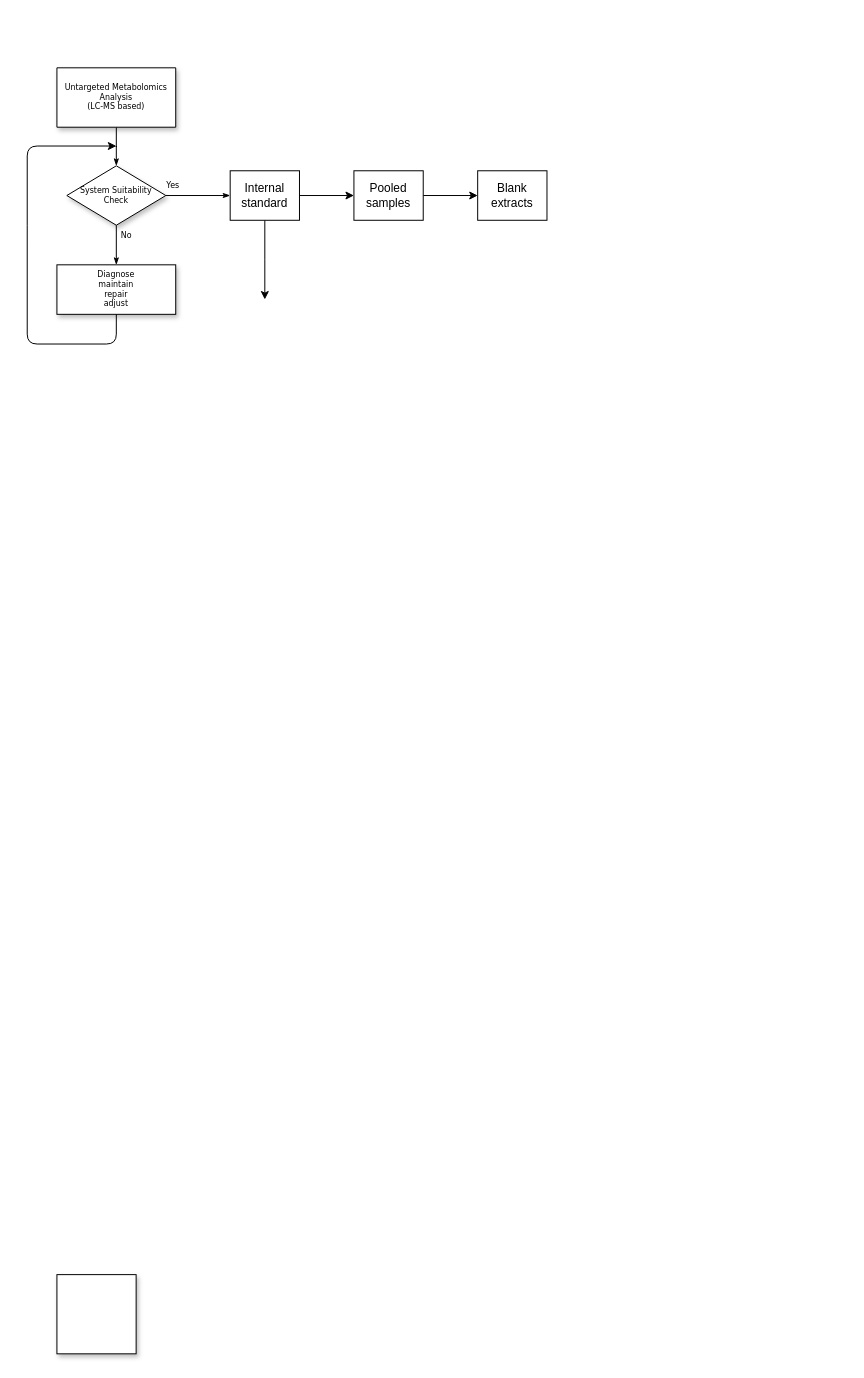
Earlier version of the draw.io diagram figure/jc_dataqc.drawio (tuhulab/bfi-wholegrain). Source tidied: cells renumbered, new cells numbered last; positions are measured from the earlier drawing's top-left corner, leaving out a move shared by most shapes. Both pictures are drawn from the tidied source at 99%, with x=0, y=0 at pixel (27, 67).
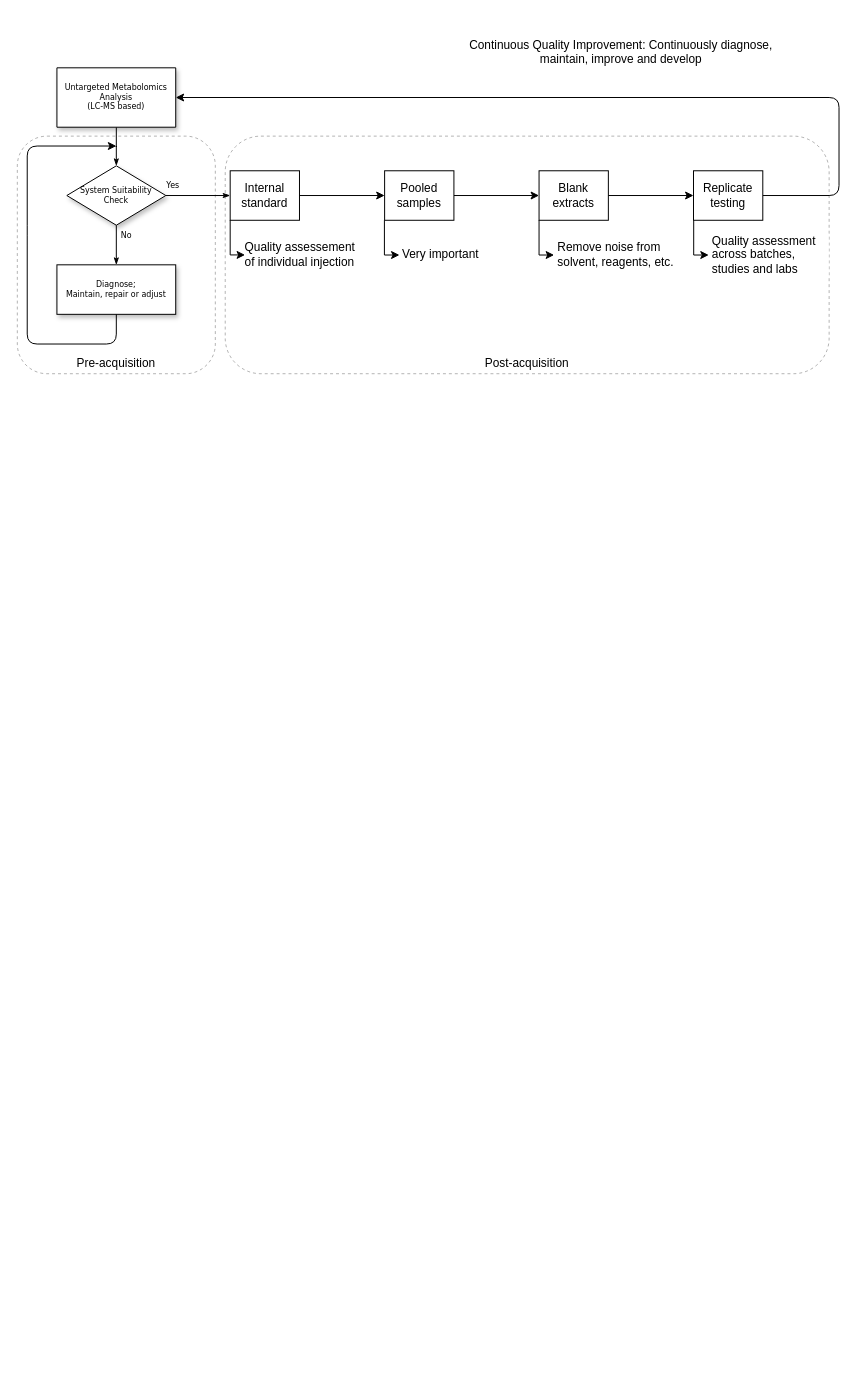
The same diagram, later.

Unchanged cells that the change refers to:
```xml
<mxCell id="3" value="Untargeted Metabolomics Analysis&lt;br&gt;(LC-MS based)&lt;br&gt;" style="shape=trapezoid;whiteSpace=wrap;html=1;rounded=0;shadow=1;labelBackgroundColor=none;strokeColor=#000000;strokeWidth=1;fillColor=#ffffff;fontFamily=Verdana;fontSize=8;fontColor=#000000;align=center;flipV=1;comic=0;size=0;" parent="1" vertex="1">
  <mxGeometry x="30" width="120" height="60" as="geometry" />
</mxCell>
<mxCell id="12" value="Internal standard&lt;br&gt;" style="rounded=0;whiteSpace=wrap;html=1;" parent="1" vertex="1">
  <mxGeometry x="205" y="104" width="70" height="50" as="geometry" />
</mxCell>
```

Diff of the diagram source:
```diff
@@
+    <mxCell id="16" style="rounded=1;whiteSpace=wrap;html=1;labelBackgroundColor=#ffffff;align=left;fillColor=none;dashed=1;opacity=30;" parent="1" vertex="1">
+      <mxGeometry x="200" y="69" width="610" height="240" as="geometry" />
+    </mxCell>
@@
-    <mxCell id="7" value="Diagnose&lt;br&gt;maintain&lt;br&gt;repair&lt;br&gt;adjust" style="whiteSpace=wrap;html=1;rounded=0;shadow=1;labelBackgroundColor=none;strokeColor=#000000;strokeWidth=1;fillColor=#ffffff;fontFamily=Verdana;fontSize=8;fontColor=#000000;align=center;" parent="1" vertex="1">
+    <mxCell id="7" value="Diagnose;&lt;br&gt;Maintain,&amp;nbsp;repair or&amp;nbsp;adjust" style="whiteSpace=wrap;html=1;rounded=0;shadow=1;labelBackgroundColor=none;strokeColor=#000000;strokeWidth=1;fillColor=#ffffff;fontFamily=Verdana;fontSize=8;fontColor=#000000;align=center;" parent="1" vertex="1">
       <mxGeometry x="30" y="199" width="120" height="50" as="geometry" />
     </mxCell>
-    <mxCell id="8" style="whiteSpace=wrap;html=1;rounded=0;shadow=1;comic=0;" parent="1" vertex="1">
-      <mxGeometry x="30" y="1219" width="80" height="80" as="geometry" />
-    </mxCell>
@@
-    <mxCell id="11" style="edgeStyle=orthogonalEdgeStyle;rounded=0;jettySize=auto;html=1;" parent="1" edge="1" source="12">
-      <mxGeometry relative="1" as="geometry">
-        <mxPoint x="240" y="234" as="targetPoint" />
-      </mxGeometry>
-    </mxCell>
@@
     <mxCell id="14" value="Pooled samples&lt;br&gt;" style="rounded=0;whiteSpace=wrap;html=1;" parent="1" vertex="1">
-      <mxGeometry x="330" y="104" width="70" height="50" as="geometry" />
+      <mxGeometry x="361" y="104" width="70" height="50" as="geometry" />
     </mxCell>
     <mxCell id="15" value="Blank extracts&lt;br&gt;" style="rounded=0;whiteSpace=wrap;html=1;" parent="1" vertex="1">
-      <mxGeometry x="455" y="104" width="70" height="50" as="geometry" />
+      <mxGeometry x="517" y="104" width="70" height="50" as="geometry" />
     </mxCell>
+    <mxCell id="17" value="&lt;span&gt;Quality assessement of individual injection&lt;/span&gt;" style="text;html=1;strokeColor=none;fillColor=none;align=left;verticalAlign=middle;whiteSpace=wrap;rounded=0;labelBackgroundColor=#ffffff;" parent="1" vertex="1">
+      <mxGeometry x="218" y="179" width="120" height="20" as="geometry" />
+    </mxCell>
+    <mxCell id="18" style="edgeStyle=orthogonalEdgeStyle;rounded=0;orthogonalLoop=1;jettySize=auto;html=1;" parent="1" edge="1">
+      <mxGeometry relative="1" as="geometry">
+        <mxPoint x="205" y="153.9" as="sourcePoint" />
+        <mxPoint x="220" y="189" as="targetPoint" />
+        <Array as="points">
+          <mxPoint x="205" y="189" />
+        </Array>
+      </mxGeometry>
+    </mxCell>
+    <mxCell id="19" style="edgeStyle=orthogonalEdgeStyle;rounded=0;orthogonalLoop=1;jettySize=auto;html=1;" parent="1" edge="1">
+      <mxGeometry relative="1" as="geometry">
+        <mxPoint x="360.8" y="153.9" as="sourcePoint" />
+        <mxPoint x="376" y="189.1" as="targetPoint" />
+        <Array as="points">
+          <mxPoint x="361" y="189" />
+        </Array>
+      </mxGeometry>
+    </mxCell>
+    <mxCell id="20" value="Very important&lt;br&gt;" style="text;html=1;strokeColor=none;fillColor=none;align=left;verticalAlign=middle;whiteSpace=wrap;rounded=0;labelBackgroundColor=#ffffff;" parent="1" vertex="1">
+      <mxGeometry x="377" y="179" width="120" height="20" as="geometry" />
+    </mxCell>
+    <mxCell id="21" value="Remove noise from solvent, reagents, etc.&lt;br&gt;" style="text;html=1;strokeColor=none;fillColor=none;align=left;verticalAlign=middle;whiteSpace=wrap;rounded=0;labelBackgroundColor=#ffffff;" parent="1" vertex="1">
+      <mxGeometry x="533.5" y="174" width="120" height="30" as="geometry" />
+    </mxCell>
+    <mxCell id="22" style="edgeStyle=orthogonalEdgeStyle;rounded=0;orthogonalLoop=1;jettySize=auto;html=1;" parent="1" edge="1">
+      <mxGeometry relative="1" as="geometry">
+        <mxPoint x="587" y="129" as="sourcePoint" />
+        <mxPoint x="673" y="129" as="targetPoint" />
+      </mxGeometry>
+    </mxCell>
+    <mxCell id="23" style="edgeStyle=orthogonalEdgeStyle;rounded=1;jettySize=auto;html=1;entryX=1;entryY=0.5;entryDx=0;entryDy=0;" parent="1" edge="1" source="24" target="3">
+      <mxGeometry relative="1" as="geometry">
+        <Array as="points">
+          <mxPoint x="820" y="129" />
+          <mxPoint x="820" y="30" />
+        </Array>
+      </mxGeometry>
+    </mxCell>
+    <mxCell id="24" value="Replicate testing&lt;br&gt;" style="rounded=0;whiteSpace=wrap;html=1;" parent="1" vertex="1">
+      <mxGeometry x="673" y="104" width="70" height="50" as="geometry" />
+    </mxCell>
+    <mxCell id="25" style="edgeStyle=orthogonalEdgeStyle;rounded=0;orthogonalLoop=1;jettySize=auto;html=1;" parent="1" edge="1">
+      <mxGeometry relative="1" as="geometry">
+        <mxPoint x="517" y="153.9" as="sourcePoint" />
+        <mxPoint x="532.2" y="189.1" as="targetPoint" />
+        <Array as="points">
+          <mxPoint x="516.5" y="189" />
+        </Array>
+      </mxGeometry>
+    </mxCell>
+    <mxCell id="26" value="Quality assessment across batches, studies and labs&lt;br&gt;" style="text;html=1;strokeColor=none;fillColor=none;align=left;verticalAlign=middle;whiteSpace=wrap;rounded=0;labelBackgroundColor=#ffffff;" parent="1" vertex="1">
+      <mxGeometry x="690" y="169" width="120" height="40" as="geometry" />
+    </mxCell>
+    <mxCell id="27" style="edgeStyle=orthogonalEdgeStyle;rounded=0;orthogonalLoop=1;jettySize=auto;html=1;" parent="1" edge="1">
+      <mxGeometry relative="1" as="geometry">
+        <mxPoint x="673.2" y="153.9" as="sourcePoint" />
+        <mxPoint x="688.4" y="189.1" as="targetPoint" />
+        <Array as="points">
+          <mxPoint x="672.5" y="189" />
+        </Array>
+      </mxGeometry>
+    </mxCell>
+    <mxCell id="28" style="rounded=1;whiteSpace=wrap;html=1;labelBackgroundColor=#ffffff;align=left;fillColor=none;dashed=1;opacity=30;" parent="1" vertex="1">
+      <mxGeometry x="-10" y="69" width="200" height="240" as="geometry" />
+    </mxCell>
+    <mxCell id="29" value="Pre-acquisition" style="text;html=1;strokeColor=none;fillColor=none;align=center;verticalAlign=middle;whiteSpace=wrap;rounded=0;dashed=1;labelBackgroundColor=#ffffff;opacity=30;" parent="1" vertex="1">
+      <mxGeometry x="30" y="289" width="120" height="20" as="geometry" />
+    </mxCell>
+    <mxCell id="30" value="Post-acquisition" style="text;html=1;strokeColor=none;fillColor=none;align=center;verticalAlign=middle;whiteSpace=wrap;rounded=0;dashed=1;labelBackgroundColor=#ffffff;opacity=30;" parent="1" vertex="1">
+      <mxGeometry x="445" y="289" width="120" height="20" as="geometry" />
+    </mxCell>
+    <mxCell id="31" value="Continuous Quality Improvement: Continuously diagnose, maintain, improve and develop&lt;br&gt;" style="text;html=1;strokeColor=none;fillColor=none;align=center;verticalAlign=middle;whiteSpace=wrap;rounded=0;dashed=1;labelBackgroundColor=#ffffff;opacity=30;" parent="1" vertex="1">
+      <mxGeometry x="440" y="-51" width="320" height="70" as="geometry" />
+    </mxCell>
```
